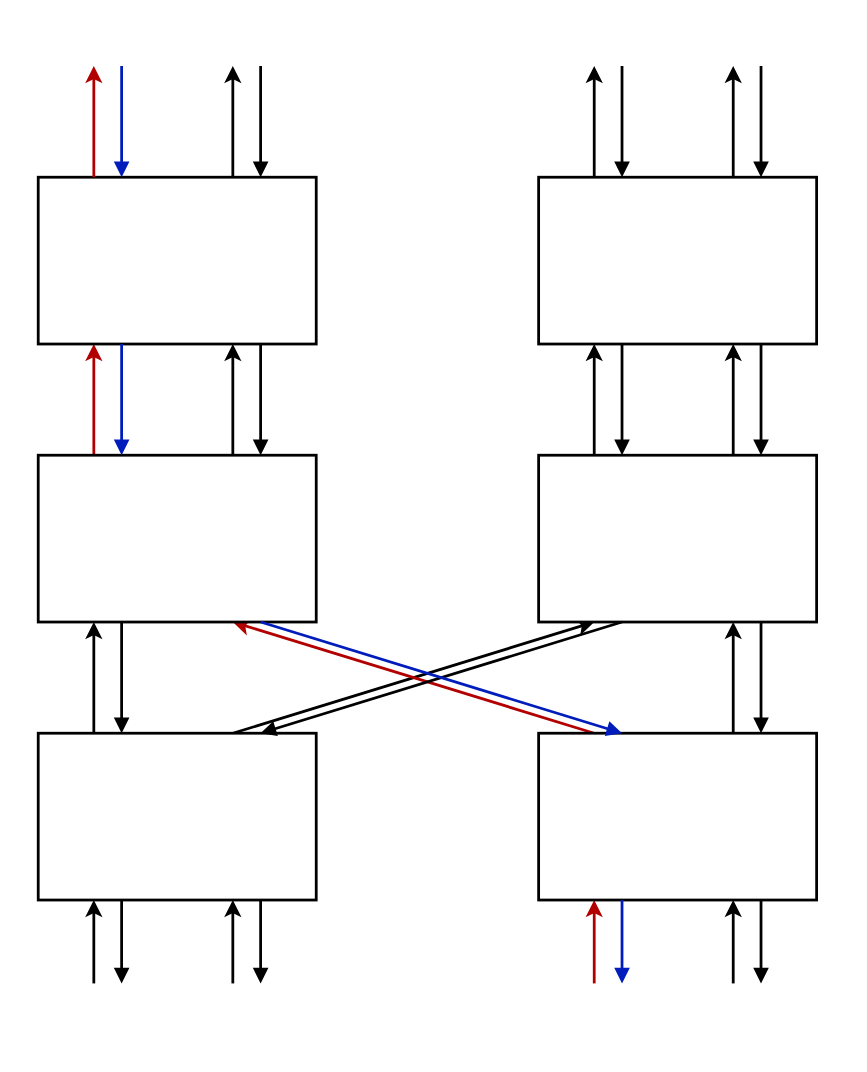
Above: write/diagrams/sort4.drawio in UM-PCL/biton (draw.io), before the change. Source tidied: cells renumbered, new cells numbered last; positions are measured from the earlier drawing's top-left corner, leaving out a move shared by most shapes. Both pictures are drawn from the tidied source at 139%, with x=0, y=0 at pixel (38, 65).
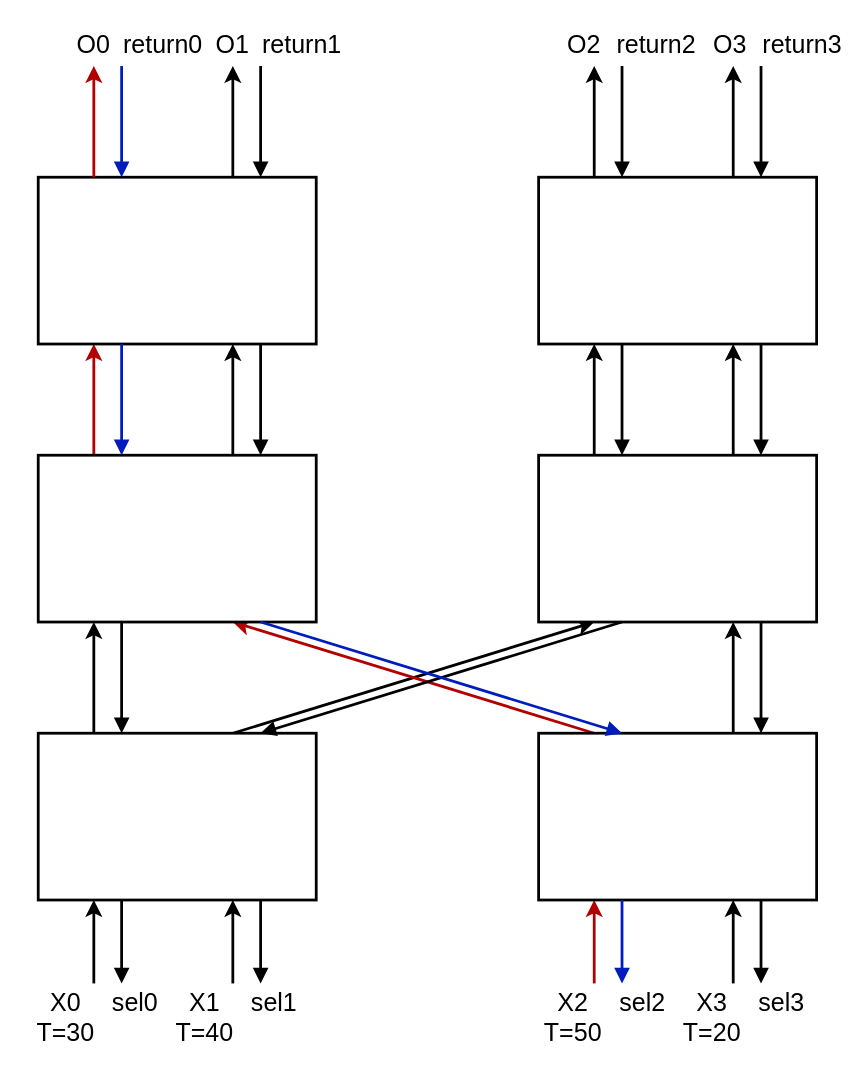
After the change.

What changed in the source:
```diff
@@
+    <mxCell id="40" value="X0&lt;br style=&quot;font-size: 18px;&quot;&gt;T=30" style="text;html=1;align=center;verticalAlign=middle;whiteSpace=wrap;rounded=0;fontSize=18;" parent="1" vertex="1">
+      <mxGeometry x="-10" y="670" width="60" height="30" as="geometry" />
+    </mxCell>
+    <mxCell id="41" value="&lt;div style=&quot;font-size: 18px;&quot;&gt;sel0&lt;/div&gt;&lt;div style=&quot;font-size: 18px;&quot;&gt;&lt;br&gt;&lt;/div&gt;" style="text;html=1;align=center;verticalAlign=middle;whiteSpace=wrap;rounded=0;fontSize=18;" parent="1" vertex="1">
+      <mxGeometry x="40" y="670" width="60" height="30" as="geometry" />
+    </mxCell>
+    <mxCell id="42" value="X1&lt;br style=&quot;font-size: 18px;&quot;&gt;T=40" style="text;html=1;align=center;verticalAlign=middle;whiteSpace=wrap;rounded=0;fontSize=18;" parent="1" vertex="1">
+      <mxGeometry x="90" y="670" width="60" height="30" as="geometry" />
+    </mxCell>
+    <mxCell id="43" value="&lt;div style=&quot;font-size: 18px;&quot;&gt;sel1&lt;/div&gt;&lt;div style=&quot;font-size: 18px;&quot;&gt;&lt;br style=&quot;font-size: 18px;&quot;&gt;&lt;/div&gt;" style="text;html=1;align=center;verticalAlign=middle;whiteSpace=wrap;rounded=0;fontSize=18;" parent="1" vertex="1">
+      <mxGeometry x="140" y="670" width="60" height="30" as="geometry" />
+    </mxCell>
+    <mxCell id="44" value="X2&lt;br style=&quot;font-size: 18px;&quot;&gt;T=50" style="text;html=1;align=center;verticalAlign=middle;whiteSpace=wrap;rounded=0;fontSize=18;" parent="1" vertex="1">
+      <mxGeometry x="355" y="670" width="60" height="30" as="geometry" />
+    </mxCell>
+    <mxCell id="45" value="&lt;div style=&quot;font-size: 18px;&quot;&gt;sel2&lt;/div&gt;&lt;div style=&quot;font-size: 18px;&quot;&gt;&lt;br style=&quot;font-size: 18px;&quot;&gt;&lt;/div&gt;" style="text;html=1;align=center;verticalAlign=middle;whiteSpace=wrap;rounded=0;fontSize=18;" parent="1" vertex="1">
+      <mxGeometry x="405" y="670" width="60" height="30" as="geometry" />
+    </mxCell>
+    <mxCell id="46" value="X3&lt;br style=&quot;font-size: 18px;&quot;&gt;T=20" style="text;html=1;align=center;verticalAlign=middle;whiteSpace=wrap;rounded=0;fontSize=18;" parent="1" vertex="1">
+      <mxGeometry x="455" y="670" width="60" height="30" as="geometry" />
+    </mxCell>
+    <mxCell id="47" value="&lt;div style=&quot;font-size: 18px;&quot;&gt;sel3&lt;/div&gt;&lt;div style=&quot;font-size: 18px;&quot;&gt;&lt;br style=&quot;font-size: 18px;&quot;&gt;&lt;/div&gt;" style="text;html=1;align=center;verticalAlign=middle;whiteSpace=wrap;rounded=0;fontSize=18;" parent="1" vertex="1">
+      <mxGeometry x="505" y="670" width="60" height="30" as="geometry" />
+    </mxCell>
+    <mxCell id="48" value="&lt;div&gt;return0&lt;/div&gt;" style="text;html=1;align=center;verticalAlign=middle;whiteSpace=wrap;rounded=0;fontSize=18;" parent="1" vertex="1">
+      <mxGeometry x="60" y="-30" width="60" height="30" as="geometry" />
+    </mxCell>
+    <mxCell id="49" value="&lt;div&gt;return1&lt;/div&gt;" style="text;html=1;align=center;verticalAlign=middle;whiteSpace=wrap;rounded=0;fontSize=18;" parent="1" vertex="1">
+      <mxGeometry x="160" y="-30" width="60" height="30" as="geometry" />
+    </mxCell>
+    <mxCell id="50" value="&lt;div&gt;return2&lt;/div&gt;" style="text;html=1;align=center;verticalAlign=middle;whiteSpace=wrap;rounded=0;fontSize=18;" parent="1" vertex="1">
+      <mxGeometry x="415" y="-30" width="60" height="30" as="geometry" />
+    </mxCell>
+    <mxCell id="51" value="&lt;div&gt;return3&lt;/div&gt;" style="text;html=1;align=center;verticalAlign=middle;whiteSpace=wrap;rounded=0;fontSize=18;" parent="1" vertex="1">
+      <mxGeometry x="520" y="-30" width="60" height="30" as="geometry" />
+    </mxCell>
+    <mxCell id="52" value="&lt;div&gt;O0&lt;/div&gt;" style="text;html=1;align=center;verticalAlign=middle;whiteSpace=wrap;rounded=0;fontSize=18;" parent="1" vertex="1">
+      <mxGeometry x="10" y="-30" width="60" height="30" as="geometry" />
+    </mxCell>
+    <mxCell id="53" value="&lt;div&gt;O1&lt;/div&gt;" style="text;html=1;align=center;verticalAlign=middle;whiteSpace=wrap;rounded=0;fontSize=18;" parent="1" vertex="1">
+      <mxGeometry x="110" y="-30" width="60" height="30" as="geometry" />
+    </mxCell>
+    <mxCell id="54" value="O2" style="text;html=1;align=center;verticalAlign=middle;whiteSpace=wrap;rounded=0;fontSize=18;" parent="1" vertex="1">
+      <mxGeometry x="362.5" y="-30" width="60" height="30" as="geometry" />
+    </mxCell>
+    <mxCell id="55" value="&lt;div&gt;O3&lt;/div&gt;" style="text;html=1;align=center;verticalAlign=middle;whiteSpace=wrap;rounded=0;fontSize=18;" parent="1" vertex="1">
+      <mxGeometry x="467.5" y="-30" width="60" height="30" as="geometry" />
+    </mxCell>
```
